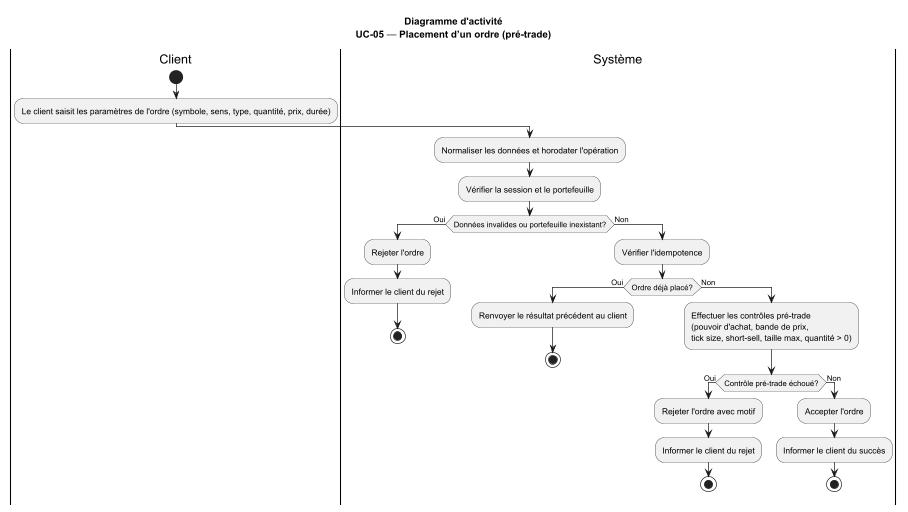
This is docs/architecture/4+1/processView/activityDiagrams/activityDiagramUC05.png from Hugo-12341234/BrokerX_MicroServices, a PlantUML export, as it was before one commit.
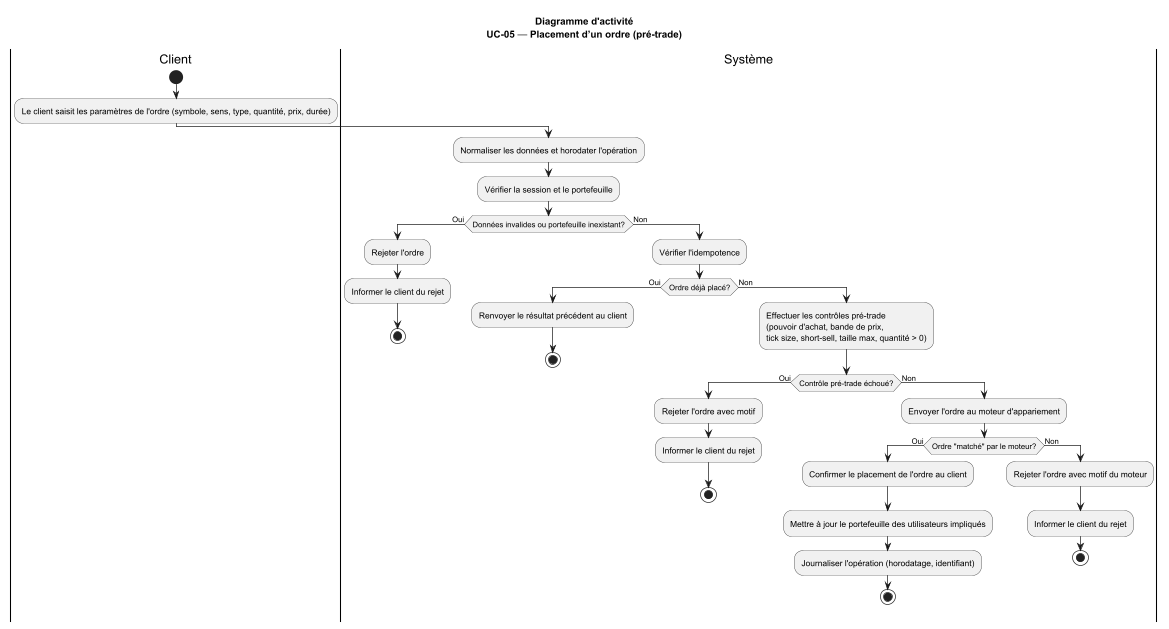
The same file after the commit.

Change to the diagram source:
```diff
@@ -24,9 +24,16 @@
       :Informer le client du rejet;
       stop
     else (Non)
-      :Accepter l'ordre;
-      :Informer le client du succès;
-      stop
+      :Envoyer l'ordre au moteur d'appariement;
+      if (Ordre "matché" par le moteur?) then (Oui)
+        :Confirmer le placement de l'ordre au client;
+        :Mettre à jour le portefeuille des utilisateurs impliqués;
+        :Journaliser l'opération (horodatage, identifiant);
+        stop
+      else (Non)
+        :Rejeter l'ordre avec motif du moteur;
+        :Informer le client du rejet;
+        stop
     endif
   endif
 endif
```
